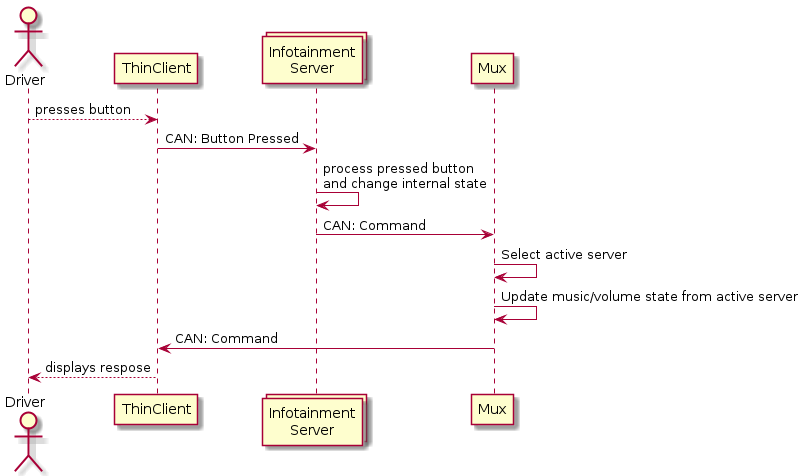
The PlantUML diagram besspin/cyberPhys/specs/infotainment.png in GaloisInc/BESSPIN-Tool-Suite, before a commit. The source it was exported from:
```plantuml
@startuml

actor Driver
participant ThinClient
collections "Infotainment\nServer" as Server
participant Mux

Driver --> ThinClient: presses button
ThinClient -> Server: CAN: Button Pressed
Server -> Server: process pressed button\nand change internal state
Server -> Mux: CAN: Command
Mux -> Mux: Select active server
Mux -> Mux: Update music/volume state from active server
Mux -> ThinClient: CAN: Command
ThinClient --> Driver: displays respose

@enduml
```
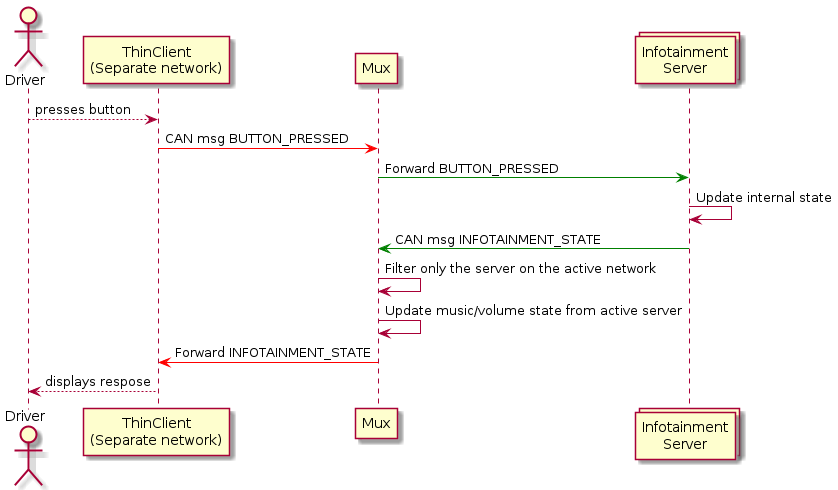
After the commit.

Commit message:
Update infotainment sequence diagram

What changed in the source:
```diff
@@ -1,17 +1,19 @@
 @startuml
 
+
 actor Driver
-participant ThinClient
+participant "ThinClient\n(Separate network)" as ThinClient
+participant Mux
 collections "Infotainment\nServer" as Server
-participant Mux
 
 Driver --> ThinClient: presses button
-ThinClient -> Server: CAN: Button Pressed
-Server -> Server: process pressed button\nand change internal state
-Server -> Mux: CAN: Command
-Mux -> Mux: Select active server
+ThinClient -[#red]> Mux: CAN msg BUTTON_PRESSED
+Mux -[#green]> Server: Forward BUTTON_PRESSED
+Server -> Server: Update internal state
+Server -[#green]> Mux: CAN msg INFOTAINMENT_STATE
+Mux -> Mux: Filter only the server on the active network
 Mux -> Mux: Update music/volume state from active server
-Mux -> ThinClient: CAN: Command
+Mux -[#red]> ThinClient: Forward INFOTAINMENT_STATE
 ThinClient --> Driver: displays respose
 
 @enduml
```
